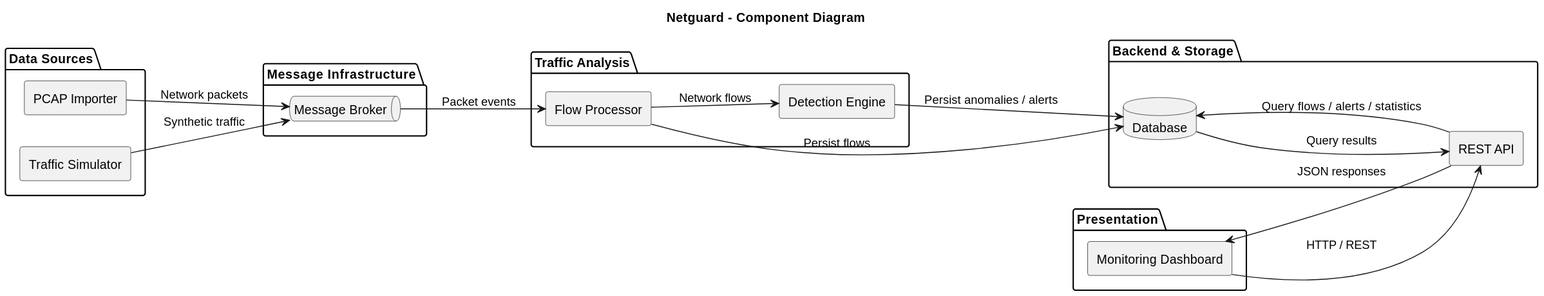
The PlantUML diagram Docs/VisionDoccument/diagrams/netguard_component_diagram.svg in k1borg32/Netguard, before a commit. Its diagram source:
```plantuml
@startuml
title Netguard - Component Diagram

skinparam componentStyle rectangle
skinparam shadowing false
left to right direction

package "Data Sources" {
    component "PCAP Importer" as PCAP
    component "Traffic Simulator" as Simulator
}

package "Message Infrastructure" {
    queue "Message Broker" as Broker
}

package "Traffic Analysis" {
    component "Flow Processor" as Flow
    component "Detection Engine" as Detection
}

package "Backend & Storage" {
    database "Database" as DB
    component "REST API" as API
}

package "Presentation" {
    component "Monitoring Dashboard" as Dashboard
}

PCAP --> Broker : Network packets
Simulator --> Broker : Synthetic traffic

Broker --> Flow : Packet events

Flow --> Detection : Network flows
Flow --> DB : Persist flows

Detection --> DB : Persist anomalies / alerts

Dashboard --> API : HTTP / REST
API --> DB : Query flows / alerts / statistics
DB --> API : Query results
API --> Dashboard : JSON responses
@enduml
```
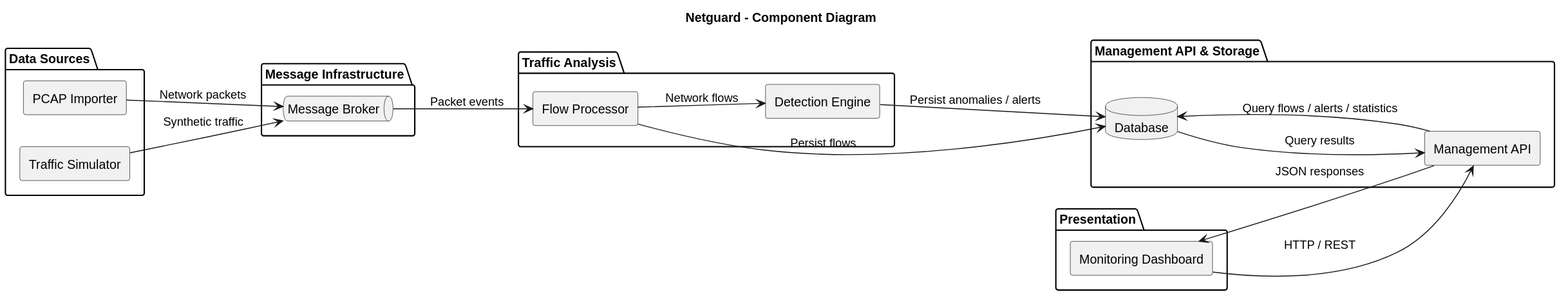
Later version of the same file.

What changed in the source:
```diff
@@ -19,9 +19,9 @@
     component "Detection Engine" as Detection
 }
 
-package "Backend & Storage" {
+package "Management API & Storage" {
     database "Database" as DB
-    component "REST API" as API
+    component "Management API" as API
 }
 
 package "Presentation" {
```
